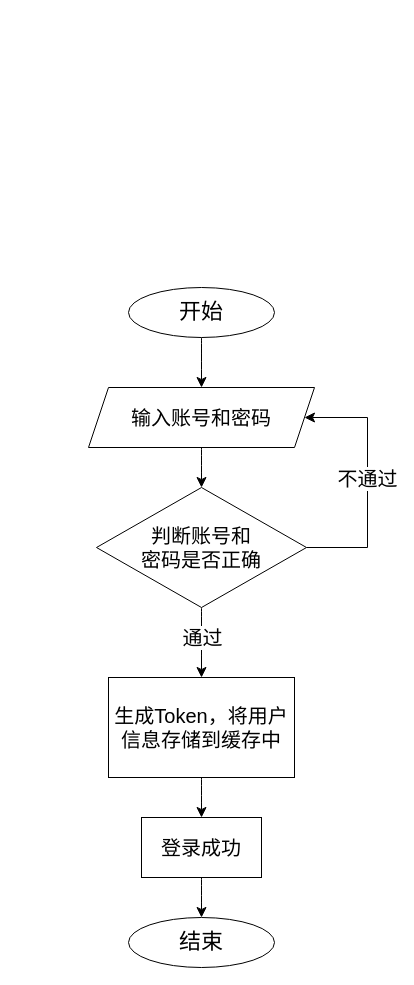
yuglei/design keeps this draw.io diagram as page "登录流程图" (24 of 44) of 系统结构图.drawio. Above is the earlier version. Source tidied: cells renumbered, new cells numbered last; positions are measured from the earlier drawing's top-left corner, leaving out a move shared by most shapes. Both pictures are drawn from the tidied source at 100%, with x=0, y=0 at pixel (88, 287).
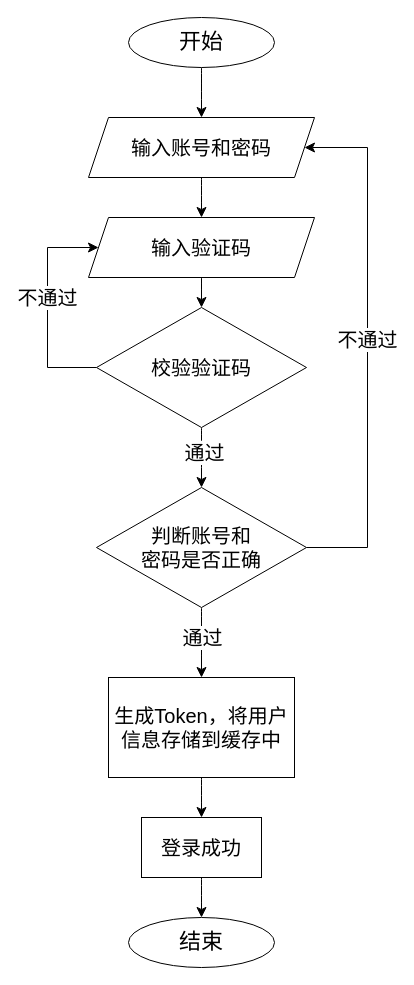
Above is the later version.

Commit message:
更新系统结构图.drawio

Unchanged cells that the change refers to:
```xml
<mxCell id="10" value="&lt;font style=&quot;font-size: 20px;&quot;&gt;判断账号和&lt;/font&gt;&lt;div&gt;&lt;font style=&quot;font-size: 20px;&quot;&gt;密码是否正确&lt;/font&gt;&lt;/div&gt;" style="rhombus;whiteSpace=wrap;html=1;" parent="1" vertex="1">
  <mxGeometry x="8" y="200" width="210" height="120" as="geometry" />
</mxCell>
```

Change to the diagram source:
```diff
@@
     <mxCell id="3" value="&lt;font style=&quot;font-size: 22px;&quot;&gt;开始&lt;/font&gt;" style="ellipse;whiteSpace=wrap;html=1;" parent="1" vertex="1">
-      <mxGeometry x="40" width="146" height="50" as="geometry" />
+      <mxGeometry x="40" y="-270" width="146" height="50" as="geometry" />
     </mxCell>
-    <mxCell id="4" style="edgeStyle=none;curved=1;rounded=0;jettySize=auto;html=1;exitX=0.5;exitY=1;exitDx=0;exitDy=0;entryX=0.5;entryY=0;entryDx=0;entryDy=0;fontSize=12;startSize=8;endSize=8;" parent="1" edge="1" source="5" target="10">
-      <mxGeometry relative="1" as="geometry" />
-    </mxCell>
+    <mxCell id="16" style="edgeStyle=none;curved=1;rounded=0;jettySize=auto;html=1;exitX=0.5;exitY=1;exitDx=0;exitDy=0;fontSize=12;startSize=8;endSize=8;entryX=0.5;entryY=0;entryDx=0;entryDy=0;" parent="1" edge="1" source="5" target="18">
+      <mxGeometry relative="1" as="geometry" />
+    </mxCell>
     <mxCell id="5" value="&lt;font style=&quot;font-size: 20px;&quot;&gt;输入账号和密码&lt;/font&gt;" style="shape=parallelogram;perimeter=parallelogramPerimeter;whiteSpace=wrap;html=1;fixedSize=1;" parent="1" vertex="1">
-      <mxGeometry y="100" width="226" height="60" as="geometry" />
+      <mxGeometry y="-170" width="226" height="60" as="geometry" />
     </mxCell>
     <mxCell id="6" style="edgeStyle=orthogonalEdgeStyle;rounded=0;jettySize=auto;html=1;exitX=1;exitY=0.5;exitDx=0;exitDy=0;entryX=1;entryY=0.5;entryDx=0;entryDy=0;fontSize=12;startSize=8;endSize=8;" parent="1" edge="1" source="10" target="5">
       <mxGeometry relative="1" as="geometry">
         <Array as="points">
           <mxPoint x="279" y="260" />
-          <mxPoint x="279" y="130" />
+          <mxPoint x="279" y="-140" />
         </Array>
       </mxGeometry>
     </mxCell>
@@
+    <mxCell id="17" style="edgeStyle=none;curved=1;rounded=0;jettySize=auto;html=1;exitX=0.5;exitY=1;exitDx=0;exitDy=0;fontSize=12;startSize=8;endSize=8;" parent="1" edge="1" source="18" target="23">
+      <mxGeometry relative="1" as="geometry" />
+    </mxCell>
+    <mxCell id="18" value="&lt;span style=&quot;font-size: 20px;&quot;&gt;输入验证码&lt;/span&gt;" style="shape=parallelogram;perimeter=parallelogramPerimeter;whiteSpace=wrap;html=1;fixedSize=1;" parent="1" vertex="1">
+      <mxGeometry y="-70" width="226" height="60" as="geometry" />
+    </mxCell>
+    <mxCell id="19" style="edgeStyle=orthogonalEdgeStyle;rounded=0;jettySize=auto;html=1;exitX=0;exitY=0.5;exitDx=0;exitDy=0;entryX=0;entryY=0.5;entryDx=0;entryDy=0;fontSize=12;startSize=8;endSize=8;" parent="1" edge="1" source="23" target="18">
+      <mxGeometry relative="1" as="geometry">
+        <Array as="points">
+          <mxPoint x="-41" y="80" />
+          <mxPoint x="-41" y="-40" />
+        </Array>
+      </mxGeometry>
+    </mxCell>
+    <mxCell id="20" value="&lt;font style=&quot;font-size: 20px;&quot;&gt;不通过&lt;/font&gt;" style="edgeLabel;html=1;align=center;verticalAlign=middle;fontSize=12;" parent="19" vertex="1">
+      <mxGeometry x="0.09" y="1" relative="1" as="geometry" />
+    </mxCell>
+    <mxCell id="21" style="edgeStyle=none;curved=1;rounded=0;jettySize=auto;html=1;exitX=0.5;exitY=1;exitDx=0;exitDy=0;fontSize=12;startSize=8;endSize=8;" parent="1" edge="1" source="23" target="10">
+      <mxGeometry relative="1" as="geometry" />
+    </mxCell>
+    <mxCell id="22" value="&lt;font style=&quot;font-size: 20px;&quot;&gt;通过&lt;/font&gt;" style="edgeLabel;html=1;align=center;verticalAlign=middle;fontSize=12;" parent="21" vertex="1">
+      <mxGeometry x="-0.2" y="2" relative="1" as="geometry" />
+    </mxCell>
+    <mxCell id="23" value="&lt;span style=&quot;font-size: 20px;&quot;&gt;校验验证码&lt;/span&gt;" style="rhombus;whiteSpace=wrap;html=1;" parent="1" vertex="1">
+      <mxGeometry x="8" y="20" width="210" height="120" as="geometry" />
+    </mxCell>
```
